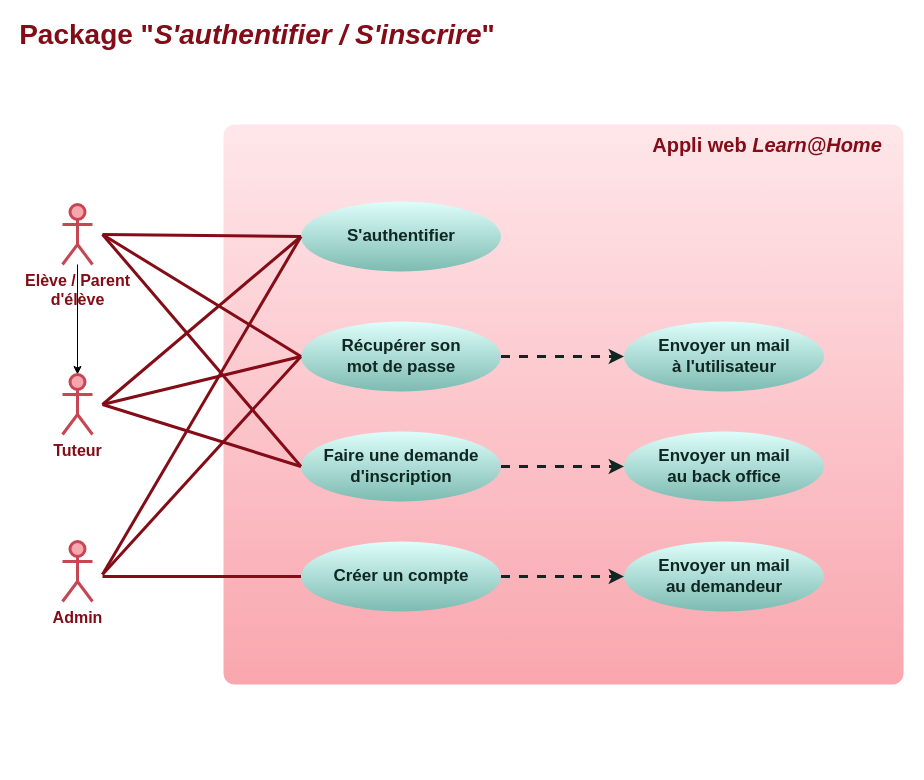
The draw.io diagram doc/use-cases-authenticate.drawio in logic-fabric/LoicMangin_10_01052021, before the edit. Source tidied: cells renumbered, new cells numbered last; positions are measured from the earlier drawing's top-left corner, leaving out a move shared by most shapes. Both pictures are drawn from the tidied source at 100%, with x=0, y=0 at pixel (17, 24).
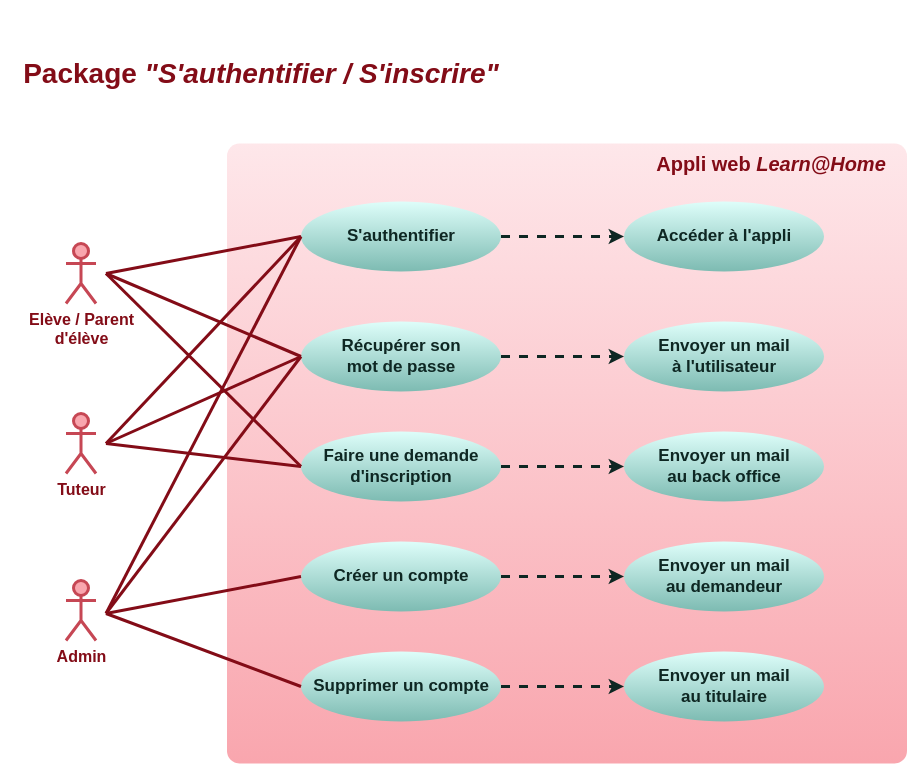
The same diagram, later.

Commit message (it also covers changes not shown here):
doc: add use cases diagram for profile managing

The change refers to these unchanged cells:
```xml
<mxCell id="9" value="&lt;font style=&quot;font-size: 17px&quot;&gt;&lt;b&gt;S'authentifier&lt;/b&gt;&lt;/font&gt;" style="ellipse;whiteSpace=wrap;html=1;rounded=1;strokeWidth=3;fontColor=#0e2723;strokeColor=none;fillColor=#defefa;gradientColor=#7dbbb2;" parent="1" vertex="1">
  <mxGeometry x="283.5" y="177" width="200" height="70" as="geometry" />
</mxCell>
<mxCell id="10" value="&lt;font style=&quot;font-size: 17px&quot;&gt;&lt;b&gt;Récupérer son &lt;br&gt;mot de passe&lt;br&gt;&lt;/b&gt;&lt;/font&gt;" style="ellipse;whiteSpace=wrap;html=1;rounded=1;strokeWidth=3;fontColor=#0e2723;strokeColor=none;fillColor=#defefa;gradientColor=#7dbbb2;" parent="1" vertex="1">
  <mxGeometry x="283.5" y="297" width="200" height="70" as="geometry" />
</mxCell>
<mxCell id="11" value="&lt;font style=&quot;font-size: 17px&quot;&gt;&lt;b&gt;Faire une demande&lt;br&gt;d'inscription&lt;br&gt;&lt;/b&gt;&lt;/font&gt;" style="ellipse;whiteSpace=wrap;html=1;rounded=1;strokeWidth=3;fontColor=#0e2723;strokeColor=none;fillColor=#defefa;gradientColor=#7dbbb2;" parent="1" vertex="1">
  <mxGeometry x="283.5" y="407" width="200" height="70" as="geometry" />
</mxCell>
<mxCell id="12" value="&lt;font style=&quot;font-size: 17px&quot;&gt;&lt;b&gt;Créer un compte&lt;br&gt;&lt;/b&gt;&lt;/font&gt;" style="ellipse;whiteSpace=wrap;html=1;rounded=1;strokeWidth=3;fontColor=#0e2723;strokeColor=none;fillColor=#defefa;gradientColor=#7dbbb2;" parent="1" vertex="1">
  <mxGeometry x="283.5" y="517" width="200" height="70" as="geometry" />
</mxCell>
```

What changed in the source:
```diff
@@
-    <mxCell id="2" style="edgeStyle=orthogonalEdgeStyle;rounded=0;jettySize=auto;html=1;fontColor=#0e2723;" parent="1" edge="1" source="3" target="7">
-      <mxGeometry relative="1" as="geometry" />
-    </mxCell>
     <mxCell id="3" value="&lt;font style=&quot;font-size: 16px&quot;&gt;Elève / Parent &lt;br&gt;d'élève&lt;/font&gt;" style="shape=umlActor;verticalLabelPosition=bottom;verticalAlign=top;html=1;strokeWidth=3;strokeColor=#C64754;fillColor=#f9a6ae;fontColor=#830C17;fontStyle=1;" parent="1" vertex="1">
-      <mxGeometry x="45" y="180" width="30" height="60" as="geometry" />
+      <mxGeometry x="48.5" y="219" width="30" height="60" as="geometry" />
     </mxCell>
-    <mxCell id="4" value="&lt;font size=&quot;1&quot; color=&quot;#830c17&quot;&gt;&lt;b style=&quot;font-size: 28px&quot;&gt;Package &quot;&lt;i&gt;S'authentifier / S'inscrire&lt;/i&gt;&quot;&lt;/b&gt;&lt;/font&gt;" style="text;html=1;strokeColor=none;fillColor=none;align=center;verticalAlign=middle;whiteSpace=wrap;rounded=0;fontColor=#660000;" parent="1" vertex="1">
-      <mxGeometry width="480" height="20" as="geometry" />
+    <mxCell id="4" value="&lt;font size=&quot;1&quot; color=&quot;#830c17&quot;&gt;&lt;b style=&quot;font-size: 28px&quot;&gt;Package &lt;i&gt;&quot;S'authentifier / S'inscrire&quot;&lt;/i&gt;&lt;/b&gt;&lt;/font&gt;" style="text;html=1;strokeColor=none;fillColor=none;align=center;verticalAlign=middle;whiteSpace=wrap;rounded=0;fontColor=#660000;" parent="1" vertex="1">
+      <mxGeometry x="3.5" y="39" width="480" height="20" as="geometry" />
     </mxCell>
     <mxCell id="5" style="rounded=1;whiteSpace=wrap;html=1;fontColor=#660000;strokeWidth=3;strokeColor=none;fillColor=#F9A6AE;gradientColor=#fee7ea;gradientDirection=north;arcSize=2;" parent="1" vertex="1">
-      <mxGeometry x="206" y="100" width="680" height="560" as="geometry" />
+      <mxGeometry x="209.5" y="119" width="680" height="620" as="geometry" />
     </mxCell>
     <mxCell id="6" value="&lt;font style=&quot;font-size: 16px&quot;&gt;Admin&lt;/font&gt;" style="shape=umlActor;verticalLabelPosition=bottom;verticalAlign=top;html=1;strokeWidth=3;strokeColor=#C64754;fillColor=#f9a6ae;fontColor=#830C17;fontStyle=1;" parent="1" vertex="1">
-      <mxGeometry x="45" y="517" width="30" height="60" as="geometry" />
+      <mxGeometry x="48.5" y="556" width="30" height="60" as="geometry" />
     </mxCell>
     <mxCell id="7" value="&lt;font style=&quot;font-size: 16px&quot;&gt;Tuteur&lt;br&gt;&lt;/font&gt;" style="shape=umlActor;verticalLabelPosition=bottom;verticalAlign=top;html=1;strokeWidth=3;strokeColor=#C64754;fillColor=#f9a6ae;fontColor=#830C17;fontStyle=1;" parent="1" vertex="1">
-      <mxGeometry x="45" y="350" width="30" height="60" as="geometry" />
+      <mxGeometry x="48.5" y="389" width="30" height="60" as="geometry" />
     </mxCell>
     <mxCell id="8" value="&lt;font color=&quot;#830c17&quot;&gt;&lt;span style=&quot;font-size: 20px&quot;&gt;&lt;b&gt;Appli web&lt;i&gt; Learn@Home&lt;/i&gt;&lt;/b&gt;&lt;/span&gt;&lt;/font&gt;" style="text;html=1;strokeColor=none;fillColor=none;align=center;verticalAlign=middle;whiteSpace=wrap;rounded=0;fontColor=#660000;" parent="1" vertex="1">
-      <mxGeometry x="625" y="110" width="250" height="20" as="geometry" />
+      <mxGeometry x="628.5" y="129" width="250" height="20" as="geometry" />
     </mxCell>
@@
     <mxCell id="19" style="endArrow=none;html=1;fontColor=#0e2723;strokeWidth=3;strokeColor=#830C17;exitX=0;exitY=0.5;exitDx=0;exitDy=0;" parent="1" edge="1" source="9">
       <mxGeometry relative="1" as="geometry">
-        <mxPoint x="85" y="210" as="targetPoint" />
+        <mxPoint x="88.5" y="249" as="targetPoint" />
       </mxGeometry>
     </mxCell>
     <mxCell id="20" style="endArrow=none;html=1;fontColor=#0e2723;strokeWidth=3;strokeColor=#830C17;exitX=0;exitY=0.5;exitDx=0;exitDy=0;" parent="1" edge="1" source="10">
       <mxGeometry relative="1" as="geometry">
-        <mxPoint x="85" y="210" as="targetPoint" />
+        <mxPoint x="88.5" y="249" as="targetPoint" />
       </mxGeometry>
     </mxCell>
     <mxCell id="21" style="endArrow=none;html=1;fontColor=#0e2723;strokeWidth=3;strokeColor=#830C17;exitX=0;exitY=0.5;exitDx=0;exitDy=0;" parent="1" edge="1" source="11">
       <mxGeometry relative="1" as="geometry">
-        <mxPoint x="85" y="210" as="targetPoint" />
+        <mxPoint x="88.5" y="249" as="targetPoint" />
       </mxGeometry>
     </mxCell>
     <mxCell id="22" style="endArrow=none;html=1;fontColor=#0e2723;strokeWidth=3;strokeColor=#830C17;exitX=0;exitY=0.5;exitDx=0;exitDy=0;" parent="1" edge="1" source="9">
       <mxGeometry relative="1" as="geometry">
-        <mxPoint x="85" y="380" as="targetPoint" />
+        <mxPoint x="88.5" y="419" as="targetPoint" />
       </mxGeometry>
     </mxCell>
     <mxCell id="23" style="endArrow=none;html=1;fontColor=#0e2723;strokeWidth=3;strokeColor=#830C17;exitX=0;exitY=0.5;exitDx=0;exitDy=0;" parent="1" edge="1" source="10">
       <mxGeometry relative="1" as="geometry">
-        <mxPoint x="85" y="380" as="targetPoint" />
+        <mxPoint x="88.5" y="419" as="targetPoint" />
       </mxGeometry>
     </mxCell>
     <mxCell id="24" style="endArrow=none;html=1;fontColor=#0e2723;strokeWidth=3;strokeColor=#830C17;exitX=0;exitY=0.5;exitDx=0;exitDy=0;" parent="1" edge="1" source="11">
       <mxGeometry relative="1" as="geometry">
-        <mxPoint x="85" y="380" as="targetPoint" />
+        <mxPoint x="88.5" y="419" as="targetPoint" />
       </mxGeometry>
     </mxCell>
     <mxCell id="25" style="endArrow=none;html=1;fontColor=#0e2723;strokeWidth=3;strokeColor=#830C17;exitX=0;exitY=0.5;exitDx=0;exitDy=0;" parent="1" edge="1" source="10">
       <mxGeometry relative="1" as="geometry">
-        <mxPoint x="85" y="550" as="targetPoint" />
+        <mxPoint x="88.5" y="589" as="targetPoint" />
       </mxGeometry>
     </mxCell>
     <mxCell id="26" style="endArrow=none;html=1;fontColor=#0e2723;strokeWidth=3;strokeColor=#830C17;exitX=0;exitY=0.5;exitDx=0;exitDy=0;" parent="1" edge="1" source="9">
       <mxGeometry relative="1" as="geometry">
-        <mxPoint x="85" y="550" as="targetPoint" />
+        <mxPoint x="88.5" y="589" as="targetPoint" />
       </mxGeometry>
     </mxCell>
     <mxCell id="27" style="endArrow=none;html=1;fontColor=#0e2723;strokeWidth=3;strokeColor=#830C17;exitX=0;exitY=0.5;exitDx=0;exitDy=0;" parent="1" edge="1" source="12">
       <mxGeometry relative="1" as="geometry">
-        <mxPoint x="85" y="552" as="targetPoint" />
+        <mxPoint x="88.5" y="589" as="targetPoint" />
       </mxGeometry>
     </mxCell>
+    <mxCell id="28" value="&lt;font style=&quot;font-size: 17px&quot;&gt;&lt;b&gt;Supprimer un compte&lt;br&gt;&lt;/b&gt;&lt;/font&gt;" style="ellipse;whiteSpace=wrap;html=1;rounded=1;strokeWidth=3;fontColor=#0e2723;strokeColor=none;fillColor=#defefa;gradientColor=#7dbbb2;" parent="1" vertex="1">
+      <mxGeometry x="283.5" y="627" width="200" height="70" as="geometry" />
+    </mxCell>
+    <mxCell id="29" style="endArrow=none;html=1;fontColor=#0e2723;strokeWidth=3;strokeColor=#830C17;exitX=0;exitY=0.5;exitDx=0;exitDy=0;" parent="1" edge="1" source="28">
+      <mxGeometry relative="1" as="geometry">
+        <mxPoint x="88.5" y="589" as="targetPoint" />
+      </mxGeometry>
+    </mxCell>
+    <mxCell id="30" value="&lt;font&gt;&lt;span style=&quot;font-size: 17px&quot;&gt;&lt;b&gt;Envoyer un mail&lt;br&gt;au titulaire&lt;/b&gt;&lt;/span&gt;&lt;b style=&quot;font-size: 17px&quot;&gt;&lt;br&gt;&lt;/b&gt;&lt;/font&gt;" style="ellipse;whiteSpace=wrap;html=1;rounded=1;strokeWidth=3;fontColor=#0e2723;strokeColor=none;fillColor=#defefa;gradientColor=#7dbbb2;" parent="1" vertex="1">
+      <mxGeometry x="606.5" y="627" width="200" height="70" as="geometry" />
+    </mxCell>
+    <mxCell id="31" style="endArrow=classic;html=1;fontColor=#0e2723;strokeColor=#0E2723;strokeWidth=3;exitX=1;exitY=0.5;exitDx=0;exitDy=0;dashed=1;entryX=0;entryY=0.5;entryDx=0;entryDy=0;" parent="1" edge="1" source="28" target="30">
+      <mxGeometry relative="1" as="geometry" />
+    </mxCell>
+    <mxCell id="32" value="&lt;font style=&quot;font-size: 17px&quot;&gt;&lt;b&gt;Accéder à l'appli&lt;/b&gt;&lt;/font&gt;" style="ellipse;whiteSpace=wrap;html=1;rounded=1;strokeWidth=3;fontColor=#0e2723;strokeColor=none;fillColor=#defefa;gradientColor=#7dbbb2;" parent="1" vertex="1">
+      <mxGeometry x="606.5" y="177" width="200" height="70" as="geometry" />
+    </mxCell>
+    <mxCell id="33" style="endArrow=classic;html=1;fontColor=#0e2723;strokeColor=#0E2723;strokeWidth=3;entryX=0;entryY=0.5;entryDx=0;entryDy=0;exitX=1;exitY=0.5;exitDx=0;exitDy=0;dashed=1;" parent="1" edge="1" source="9" target="32">
+      <mxGeometry relative="1" as="geometry" />
+    </mxCell>
```
